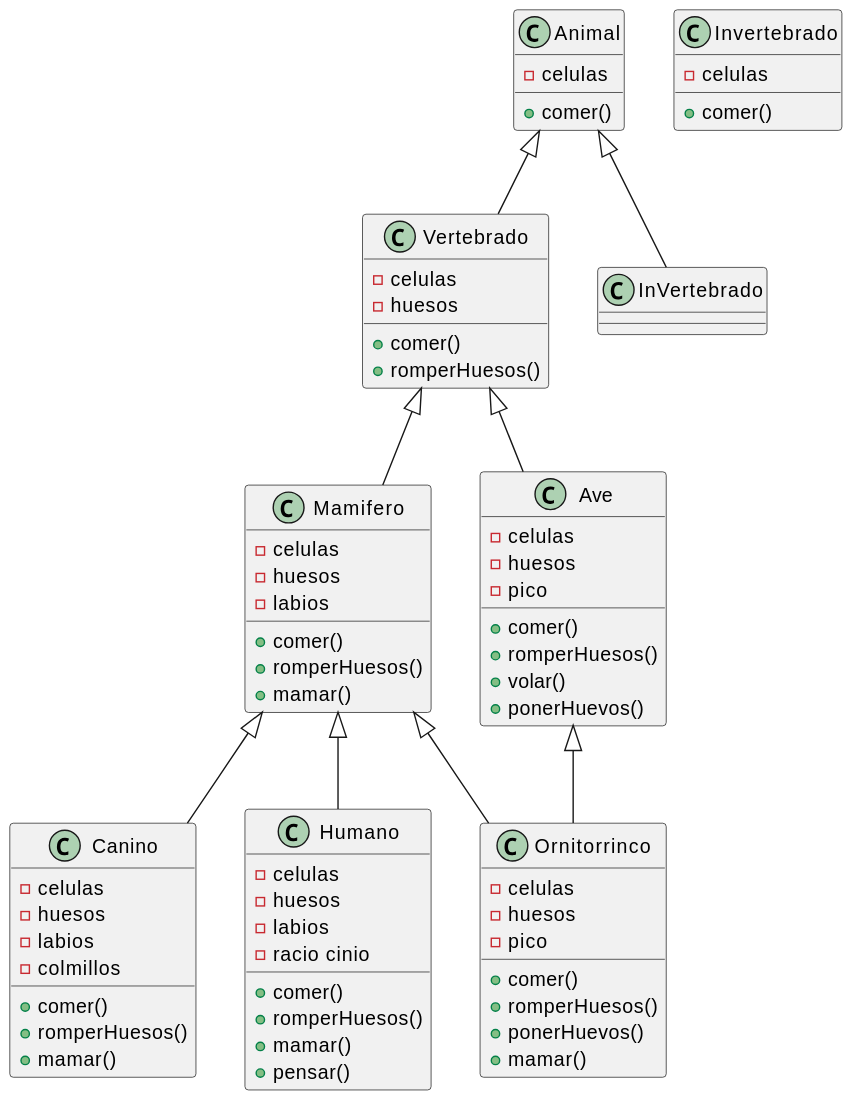
Earlier version of the PlantUML export images/modelosUML/plantUML/jerarquiaAnimales.svg (mmasias/23-24-prg2).
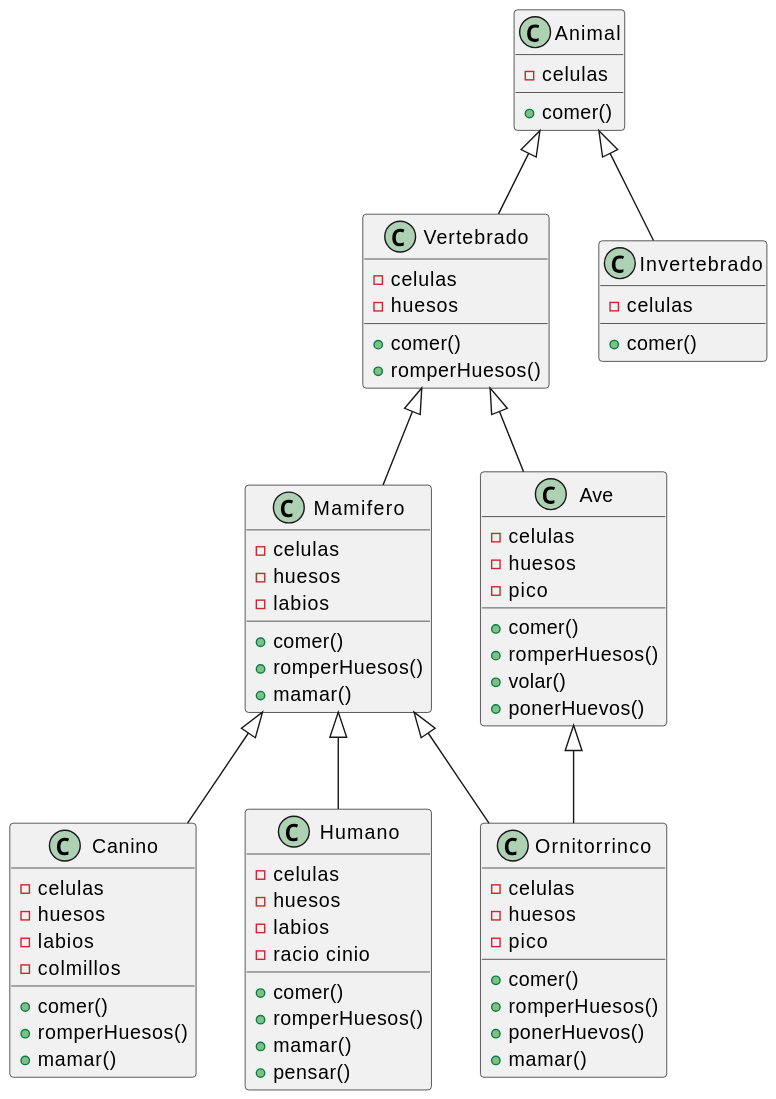
The same file after the commit.

What changed in the source:
```diff
@@ -63,7 +63,7 @@
 }
 
 Animal <|-- Vertebrado
-Animal <|-- InVertebrado
+Animal <|-- Invertebrado
 Vertebrado <|-- Mamifero
 Vertebrado <|-- Ave
 Mamifero <|-- Canino
```
